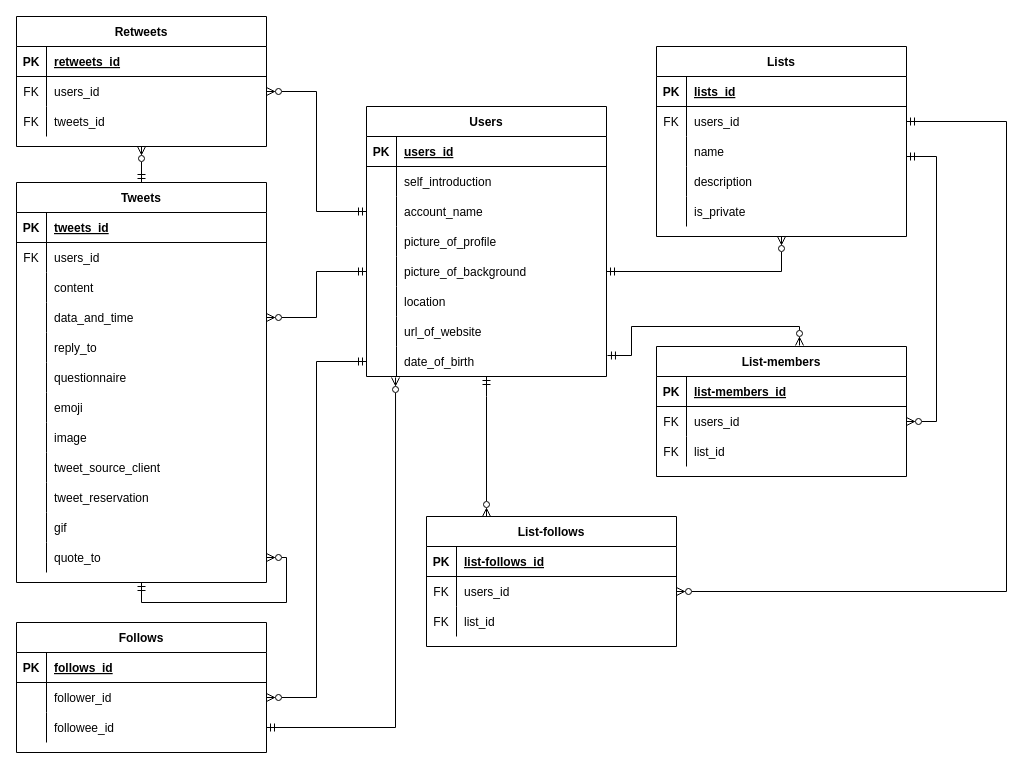
The draw.io diagram Untitled Diagram.drawio in umizaru/hello-world, before the edit. Source tidied: cells renumbered, new cells numbered last; positions are measured from the earlier drawing's top-left corner, leaving out a move shared by most shapes. Both pictures are drawn from the tidied source at 100%, with x=0, y=0 at pixel (16, 16).
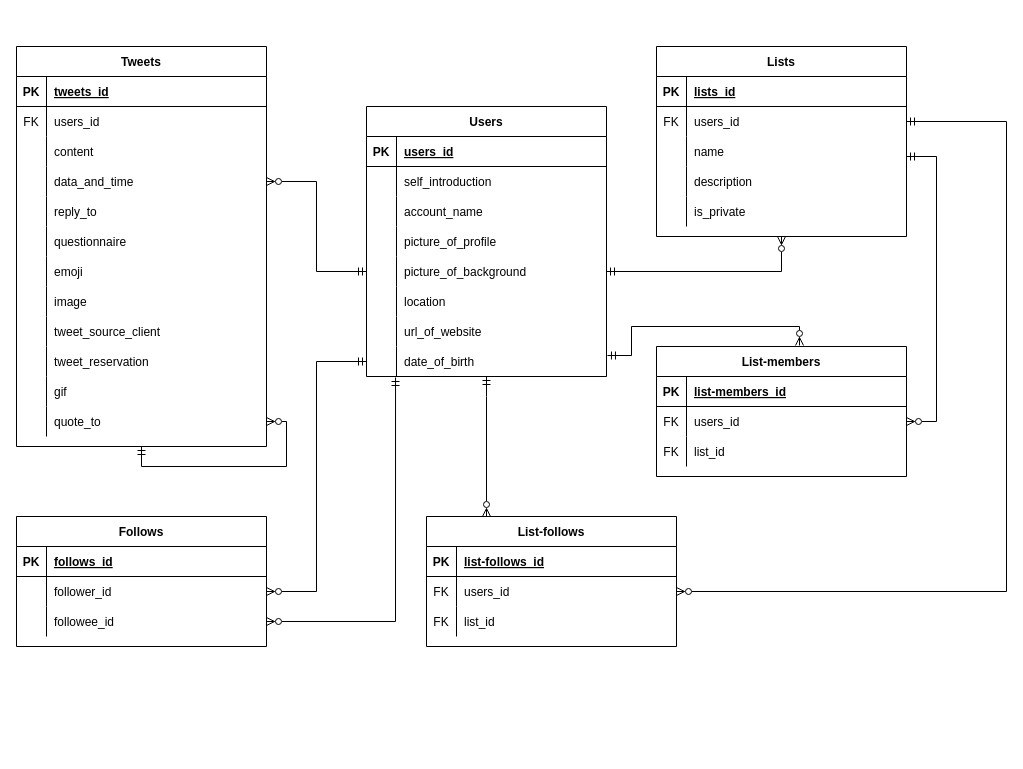
After the change.

Commit message:
Untitled Diagram.drawio を更新します

Unchanged cells that the change refers to:
```xml
<mxCell id="19" style="shape=partialRectangle;fillColor=none;points=[[0,0.5],[1,0.5]];portConstraint=eastwest;top=0;left=0;right=0;bottom=0;" parent="12" vertex="1">
  <mxGeometry y="90" width="250" height="30" as="geometry" />
</mxCell>
<mxCell id="106" style="shape=partialRectangle;fillColor=none;points=[[0,0.5],[1,0.5]];portConstraint=eastwest;top=0;left=0;right=0;bottom=0;" parent="99" vertex="1">
  <mxGeometry y="90" width="240" height="30" as="geometry" />
</mxCell>
<mxCell id="121" style="shape=partialRectangle;fillColor=none;points=[[0,0.5],[1,0.5]];portConstraint=eastwest;top=0;left=0;right=0;bottom=0;" parent="99" vertex="1">
  <mxGeometry y="240" width="240" height="30" as="geometry" />
</mxCell>
```

Change to the diagram source:
```diff
@@
-    <mxCell id="2" value="Retweets" style="shape=table;startSize=30;childLayout=tableLayout;rowLines=0;fontStyle=1;align=center;" parent="1" vertex="1">
-      <mxGeometry width="250" height="130" as="geometry" />
-    </mxCell>
-    <mxCell id="3" style="shape=partialRectangle;fillColor=none;top=0;left=0;right=0;bottom=1;" parent="2" vertex="1">
-      <mxGeometry y="30" width="250" height="30" as="geometry" />
-    </mxCell>
-    <mxCell id="4" value="PK" style="shape=partialRectangle;overflow=hidden;fillColor=none;top=0;left=0;bottom=0;right=0;fontStyle=1;" parent="3" vertex="1">
-      <mxGeometry width="30" height="30" as="geometry" />
-    </mxCell>
-    <mxCell id="5" value="retweets_id" style="shape=partialRectangle;overflow=hidden;fillColor=none;top=0;left=0;bottom=0;right=0;align=left;spacingLeft=6;fontStyle=5;" parent="3" vertex="1">
-      <mxGeometry x="30" width="220" height="30" as="geometry" />
-    </mxCell>
-    <mxCell id="6" style="shape=partialRectangle;fillColor=none;points=[[0,0.5],[1,0.5]];portConstraint=eastwest;top=0;left=0;right=0;bottom=0;" parent="2" vertex="1">
-      <mxGeometry y="60" width="250" height="30" as="geometry" />
-    </mxCell>
-    <mxCell id="7" value="FK" style="shape=partialRectangle;overflow=hidden;fillColor=none;top=0;left=0;bottom=0;right=0;" parent="6" vertex="1">
-      <mxGeometry width="30" height="30" as="geometry" />
-    </mxCell>
-    <mxCell id="8" value="users_id" style="shape=partialRectangle;overflow=hidden;fillColor=none;top=0;left=0;bottom=0;right=0;align=left;spacingLeft=6;" parent="6" vertex="1">
-      <mxGeometry x="30" width="220" height="30" as="geometry" />
-    </mxCell>
-    <mxCell id="9" style="shape=partialRectangle;fillColor=none;top=0;left=0;right=0;bottom=0;" parent="2" vertex="1">
-      <mxGeometry y="90" width="250" height="30" as="geometry" />
-    </mxCell>
-    <mxCell id="10" value="FK" style="shape=partialRectangle;overflow=hidden;fillColor=none;top=0;left=0;bottom=0;right=0;" parent="9" vertex="1">
-      <mxGeometry width="30" height="30" as="geometry" />
-    </mxCell>
-    <mxCell id="11" value="tweets_id" style="shape=partialRectangle;overflow=hidden;fillColor=none;top=0;left=0;bottom=0;right=0;align=left;spacingLeft=6;" parent="9" vertex="1">
-      <mxGeometry x="30" width="220" height="30" as="geometry" />
-    </mxCell>
     <mxCell id="12" value="Follows" style="shape=table;startSize=30;childLayout=tableLayout;rowLines=0;fontStyle=1;align=center;" parent="1" vertex="1">
-      <mxGeometry y="606" width="250" height="130" as="geometry" />
+      <mxGeometry y="500" width="250" height="130" as="geometry" />
     </mxCell>
@@
-    <mxCell id="22" style="edgeStyle=orthogonalEdgeStyle;rounded=0;jettySize=auto;html=1;entryX=0.5;entryY=1;entryDx=0;entryDy=0;startArrow=ERmandOne;startFill=0;endArrow=ERzeroToMany;endFill=0;" parent="1" edge="1" source="23" target="2">
-      <mxGeometry relative="1" as="geometry" />
-    </mxCell>
     <mxCell id="23" value="Tweets" style="shape=table;startSize=30;childLayout=tableLayout;rowLines=0;fontStyle=1;align=center;" parent="1" vertex="1">
-      <mxGeometry y="166" width="250" height="400" as="geometry" />
+      <mxGeometry y="30" width="250" height="400" as="geometry" />
     </mxCell>
@@
-    <mxCell id="126" style="edgeStyle=orthogonalEdgeStyle;rounded=0;jettySize=auto;html=1;startArrow=ERmandOne;startFill=0;endArrow=ERzeroToMany;endFill=0;" parent="1" edge="1" source="106" target="6">
-      <mxGeometry relative="1" as="geometry" />
-    </mxCell>
@@
-    <mxCell id="131" style="edgeStyle=orthogonalEdgeStyle;rounded=0;jettySize=auto;html=1;entryX=0.121;entryY=1.033;entryDx=0;entryDy=0;entryPerimeter=0;startArrow=ERmandOne;startFill=0;endArrow=ERzeroToMany;endFill=0;" parent="1" edge="1" source="19" target="121">
+    <mxCell id="131" style="edgeStyle=orthogonalEdgeStyle;rounded=0;jettySize=auto;html=1;entryX=0.121;entryY=1.033;entryDx=0;entryDy=0;entryPerimeter=0;startArrow=ERzeroToMany;startFill=0;endArrow=ERmandOne;endFill=0;" parent="1" edge="1" source="19" target="121">
       <mxGeometry relative="1" as="geometry" />
     </mxCell>
```
